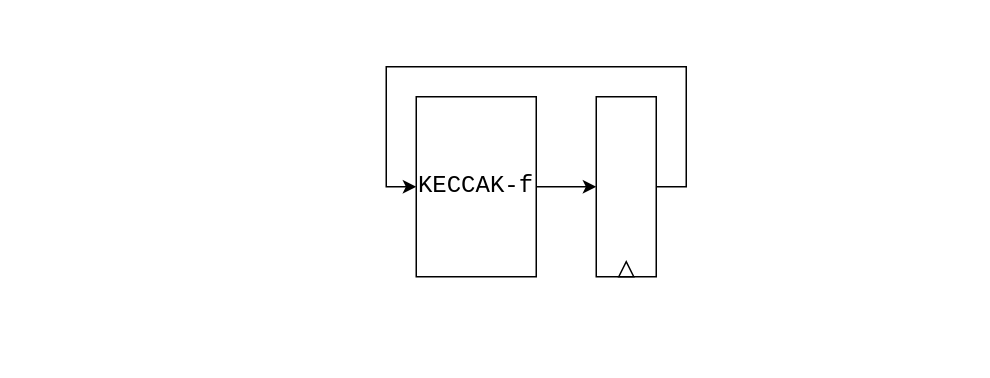
Above: KECCAK.drawio in NTP17/SHAKE256_sv (draw.io), before the change. Source tidied: cells renumbered, new cells numbered last; positions are measured from the earlier drawing's top-left corner, leaving out a move shared by most shapes. Both pictures are drawn from the tidied source at 150%, with x=0, y=0 at pixel (386, 66).
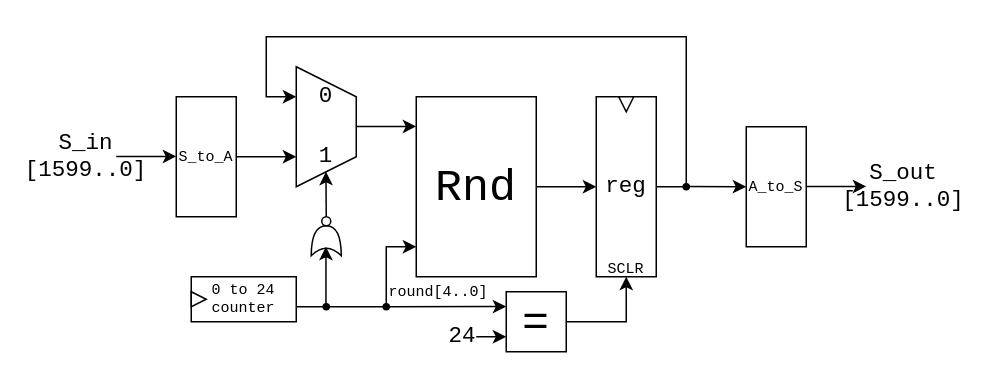
The same diagram, later.

Change to the diagram source:
```diff
@@
-    <mxCell id="3" value="KECCAK-f" style="rounded=0;whiteSpace=wrap;html=1;fontFamily=Courier New;fontSize=16;" parent="1" vertex="1">
+    <mxCell id="3" value="Rnd" style="rounded=0;whiteSpace=wrap;html=1;fontFamily=Courier New;fontSize=30;" parent="1" vertex="1">
       <mxGeometry x="20" y="20" width="80" height="120" as="geometry" />
     </mxCell>
+    <mxCell id="7" style="shape=trapezoid;perimeter=trapezoidPerimeter;whiteSpace=wrap;html=1;fixedSize=1;rotation=90;" parent="1" vertex="1">
+      <mxGeometry x="-80" y="20" width="80" height="40" as="geometry" />
+    </mxCell>
+    <mxCell id="8" style="endArrow=classic;html=1;rounded=0;exitX=1;exitY=0.5;exitDx=0;exitDy=0;" parent="1" edge="1" source="4">
+      <mxGeometry relative="1" as="geometry">
+        <mxPoint x="-60" y="20" as="targetPoint" />
+        <Array as="points">
+          <mxPoint x="200" y="80" />
+          <mxPoint x="200" y="-20" />
+          <mxPoint x="-80" y="-20" />
+          <mxPoint x="-80" y="20" />
+        </Array>
+      </mxGeometry>
+    </mxCell>
+    <mxCell id="9" style="endArrow=classic;html=1;rounded=0;" parent="1" edge="1">
+      <mxGeometry relative="1" as="geometry">
+        <mxPoint x="-40" y="100" as="sourcePoint" />
+        <mxPoint x="-40.2" y="70" as="targetPoint" />
+      </mxGeometry>
+    </mxCell>
+    <mxCell id="10" style="endArrow=classic;html=1;rounded=0;" parent="1" edge="1">
+      <mxGeometry relative="1" as="geometry">
+        <mxPoint x="-20" y="39.8" as="sourcePoint" />
+        <mxPoint x="20" y="39.8" as="targetPoint" />
+      </mxGeometry>
+    </mxCell>
+    <mxCell id="11" style="endArrow=classic;html=1;rounded=0;" parent="1" edge="1">
+      <mxGeometry relative="1" as="geometry">
+        <mxPoint x="200" y="79.8" as="sourcePoint" />
+        <mxPoint x="240" y="80" as="targetPoint" />
+      </mxGeometry>
+    </mxCell>
+    <mxCell id="12" style="ellipse;whiteSpace=wrap;html=1;fillColor=#000000;" parent="1" vertex="1">
+      <mxGeometry x="198" y="78" width="4" height="4" as="geometry" />
+    </mxCell>
+    <mxCell id="13" value="1" style="text;html=1;strokeColor=none;fillColor=none;align=center;verticalAlign=middle;whiteSpace=wrap;rounded=0;fontSize=15;fontFamily=Courier New;" parent="1" vertex="1">
+      <mxGeometry x="-45" y="50" width="10" height="20" as="geometry" />
+    </mxCell>
+    <mxCell id="14" value="0" style="text;html=1;strokeColor=none;fillColor=none;align=center;verticalAlign=middle;whiteSpace=wrap;rounded=0;fontSize=15;fontFamily=Courier New;" parent="1" vertex="1">
+      <mxGeometry x="-45" y="10" width="10" height="20" as="geometry" />
+    </mxCell>
+    <mxCell id="15" style="shape=xor;whiteSpace=wrap;html=1;rotation=-90;" parent="1" vertex="1">
+      <mxGeometry x="-50" y="106" width="20" height="20" as="geometry" />
+    </mxCell>
+    <mxCell id="16" style="ellipse;whiteSpace=wrap;html=1;" parent="1" vertex="1">
+      <mxGeometry x="-43" y="100" width="6" height="6" as="geometry" />
+    </mxCell>
-    <mxCell id="4" style="rounded=0;whiteSpace=wrap;html=1;" parent="1" vertex="1">
+    <mxCell id="4" value="reg" style="rounded=0;whiteSpace=wrap;html=1;fontFamily=Courier New;fontSize=15;" parent="1" vertex="1">
       <mxGeometry x="140" y="20" width="40" height="120" as="geometry" />
     </mxCell>
-    <mxCell id="5" style="endArrow=classic;html=1;rounded=0;entryX=0;entryY=0.5;entryDx=0;entryDy=0;" parent="1" edge="1" target="3">
-      <mxGeometry relative="1" as="geometry">
-        <mxPoint x="180" y="80" as="sourcePoint" />
-        <Array as="points">
-          <mxPoint x="200" y="80" />
-          <mxPoint x="200" />
-          <mxPoint />
-          <mxPoint y="80" />
-        </Array>
-      </mxGeometry>
-    </mxCell>
-    <mxCell id="6" style="triangle;whiteSpace=wrap;html=1;rotation=-90;" parent="1" vertex="1">
-      <mxGeometry x="155" y="130" width="10" height="10" as="geometry" />
+    <mxCell id="6" style="triangle;whiteSpace=wrap;html=1;rotation=90;" parent="1" vertex="1">
+      <mxGeometry x="155" y="20" width="10" height="10" as="geometry" />
     </mxCell>
+    <mxCell id="17" style="group;" parent="1" vertex="1">
+      <mxGeometry x="-130" y="140" width="70" height="30" as="geometry" />
+    </mxCell>
+    <mxCell id="18" value="0 to 24&lt;br style=&quot;font-size: 10px;&quot;&gt;counter" style="rounded=0;whiteSpace=wrap;html=1;fontFamily=Courier New;fontSize=10;" parent="17" vertex="1">
+      <mxGeometry width="70" height="30" as="geometry" />
+    </mxCell>
+    <mxCell id="19" style="triangle;whiteSpace=wrap;html=1;rotation=0;" parent="17" vertex="1">
+      <mxGeometry y="10" width="10" height="10" as="geometry" />
+    </mxCell>
+    <mxCell id="20" style="endArrow=classic;html=1;rounded=0;" parent="1" edge="1">
+      <mxGeometry relative="1" as="geometry">
+        <mxPoint x="-60" y="160" as="sourcePoint" />
+        <mxPoint x="20" y="120" as="targetPoint" />
+        <Array as="points">
+          <mxPoint y="160" />
+          <mxPoint y="120" />
+        </Array>
+      </mxGeometry>
+    </mxCell>
+    <mxCell id="21" style="endArrow=classic;html=1;rounded=0;" parent="1" edge="1">
+      <mxGeometry relative="1" as="geometry">
+        <mxPoint x="-40.2" y="160" as="sourcePoint" />
+        <mxPoint x="-40.2" y="120" as="targetPoint" />
+      </mxGeometry>
+    </mxCell>
+    <mxCell id="22" style="ellipse;whiteSpace=wrap;html=1;fillColor=#000000;" parent="1" vertex="1">
+      <mxGeometry x="-42" y="158" width="4" height="4" as="geometry" />
+    </mxCell>
+    <mxCell id="23" value="=" style="rounded=0;whiteSpace=wrap;html=1;fontSize=30;fontFamily=Courier New;" parent="1" vertex="1">
+      <mxGeometry x="80" y="150" width="40" height="40" as="geometry" />
+    </mxCell>
+    <mxCell id="24" style="endArrow=classic;html=1;rounded=0;" parent="1" edge="1">
+      <mxGeometry relative="1" as="geometry">
+        <mxPoint x="-100" y="60" as="sourcePoint" />
+        <mxPoint x="-60" y="60" as="targetPoint" />
+      </mxGeometry>
+    </mxCell>
+    <mxCell id="25" style="endArrow=classic;html=1;rounded=0;" parent="1" edge="1">
+      <mxGeometry relative="1" as="geometry">
+        <mxPoint x="60" y="180" as="sourcePoint" />
+        <mxPoint x="80" y="180" as="targetPoint" />
+      </mxGeometry>
+    </mxCell>
+    <mxCell id="26" style="ellipse;whiteSpace=wrap;html=1;fillColor=#000000;" parent="1" vertex="1">
+      <mxGeometry x="-2" y="158" width="4" height="4" as="geometry" />
+    </mxCell>
+    <mxCell id="27" style="endArrow=classic;html=1;rounded=0;" parent="1" edge="1">
+      <mxGeometry relative="1" as="geometry">
+        <mxPoint y="160" as="sourcePoint" />
+        <mxPoint x="80" y="159.9" as="targetPoint" />
+      </mxGeometry>
+    </mxCell>
+    <mxCell id="28" value="24" style="text;html=1;strokeColor=none;fillColor=none;align=center;verticalAlign=middle;whiteSpace=wrap;rounded=0;fontFamily=Courier New;fontSize=15;" parent="1" vertex="1">
+      <mxGeometry x="40" y="170" width="22" height="20" as="geometry" />
+    </mxCell>
+    <mxCell id="29" value="SCLR" style="text;html=1;strokeColor=none;fillColor=none;align=center;verticalAlign=middle;whiteSpace=wrap;rounded=0;fontFamily=Courier New;fontSize=10;" parent="1" vertex="1">
+      <mxGeometry x="145" y="130" width="30" height="10" as="geometry" />
+    </mxCell>
+    <mxCell id="30" style="endArrow=classic;html=1;rounded=0;" parent="1" edge="1">
+      <mxGeometry relative="1" as="geometry">
+        <mxPoint x="120" y="170" as="sourcePoint" />
+        <mxPoint x="160" y="140" as="targetPoint" />
+        <Array as="points">
+          <mxPoint x="160" y="170" />
+        </Array>
+      </mxGeometry>
+    </mxCell>
+    <mxCell id="31" value="S_in&lt;br&gt;[1599..0]" style="text;html=1;strokeColor=none;fillColor=none;align=center;verticalAlign=middle;whiteSpace=wrap;rounded=0;fontSize=15;fontFamily=Courier New;" parent="1" vertex="1">
+      <mxGeometry x="-220" y="47.5" width="40" height="25" as="geometry" />
+    </mxCell>
+    <mxCell id="32" value="round[4..0]" style="text;html=1;strokeColor=none;fillColor=none;align=center;verticalAlign=middle;whiteSpace=wrap;rounded=0;fontSize=10;fontFamily=Courier New;" parent="1" vertex="1">
+      <mxGeometry y="140" width="70" height="20" as="geometry" />
+    </mxCell>
+    <mxCell id="33" value="S_out&lt;br&gt;[1599..0]" style="text;html=1;strokeColor=none;fillColor=none;align=center;verticalAlign=middle;whiteSpace=wrap;rounded=0;fontSize=15;fontFamily=Courier New;" parent="1" vertex="1">
+      <mxGeometry x="320" y="67.5" width="50" height="25" as="geometry" />
+    </mxCell>
+    <mxCell id="34" value="S_to_A" style="rounded=0;whiteSpace=wrap;html=1;fontFamily=Courier New;fontSize=10;" parent="1" vertex="1">
+      <mxGeometry x="-140" y="20" width="40" height="80" as="geometry" />
+    </mxCell>
+    <mxCell id="35" style="endArrow=classic;html=1;rounded=0;" parent="1" edge="1">
+      <mxGeometry relative="1" as="geometry">
+        <mxPoint x="-180" y="59.8" as="sourcePoint" />
+        <mxPoint x="-140" y="59.8" as="targetPoint" />
+      </mxGeometry>
+    </mxCell>
+    <mxCell id="36" value="A_to_S" style="rounded=0;whiteSpace=wrap;html=1;fontFamily=Courier New;fontSize=10;" parent="1" vertex="1">
+      <mxGeometry x="240" y="40" width="40" height="80" as="geometry" />
+    </mxCell>
+    <mxCell id="37" style="endArrow=classic;html=1;rounded=0;" parent="1" edge="1">
+      <mxGeometry relative="1" as="geometry">
+        <mxPoint x="280" y="79.8" as="sourcePoint" />
+        <mxPoint x="320" y="79.8" as="targetPoint" />
+      </mxGeometry>
+    </mxCell>
```
